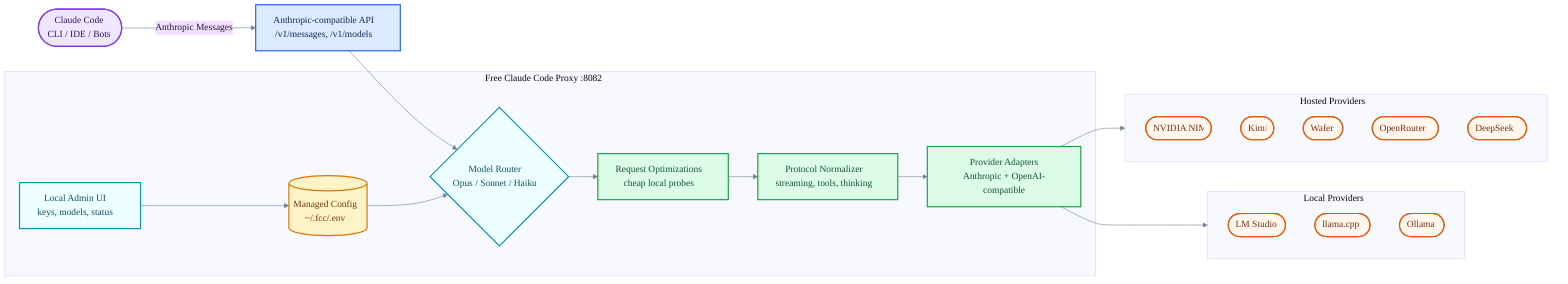
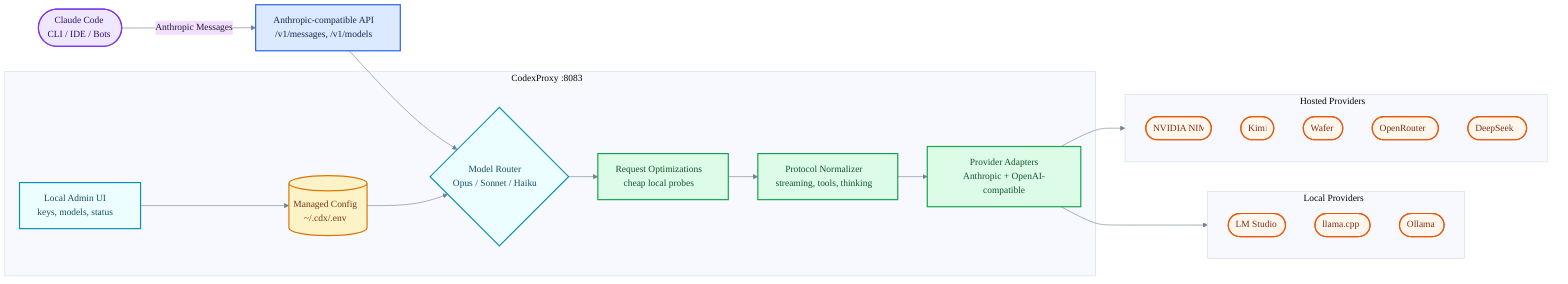
%%{init: {"theme": "base", "themeVariables": {"fontFamily": "Inter, ui-sans-serif, system-ui, Segoe UI, Arial", "background": "transparent", "primaryTextColor": "#172033", "lineColor": "#718096"}}}%%
flowchart LR
    client(["Claude Code<br/>CLI / IDE / Bots"])
    api["Anthropic-compatible API<br/>/v1/messages, /v1/models"]

-     subgraph proxy["Free Claude Code Proxy :8082"]
+     subgraph proxy["CodexProxy :8083"]
        admin["Local Admin UI<br/>keys, models, status"]
-         config[("Managed Config<br/>~/.fcc/.env")]
+         config[("Managed Config<br/>~/.cdx/.env")]
        router{"Model Router<br/>Opus / Sonnet / Haiku"}
        optimize["Request Optimizations<br/>cheap local probes"]
        normalize["Protocol Normalizer<br/>streaming, tools, thinking"]
        adapters["Provider Adapters<br/>Anthropic + OpenAI-compatible"]
    end

    subgraph hosted["Hosted Providers"]
        nim(["NVIDIA NIM"])
        kimi(["Kimi"])
        wafer(["Wafer"])
        openrouter(["OpenRouter"])
        deepseek(["DeepSeek"])
    end

    subgraph local["Local Providers"]
        lmstudio(["LM Studio"])
        llamacpp(["llama.cpp"])
        ollama(["Ollama"])
    end

    client -->|"Anthropic Messages"| api
    api --> router
    admin --> config
    config --> router
    router --> optimize
    optimize --> normalize
    normalize --> adapters
    adapters --> hosted
    adapters --> local

    classDef client fill:#efe7ff,stroke:#7c3aed,stroke-width:2px,color:#2e1065;
    classDef api fill:#dbeafe,stroke:#2563eb,stroke-width:2px,color:#172554;
    classDef proxy fill:#ecfeff,stroke:#0891b2,stroke-width:2px,color:#164e63;
    classDef config fill:#fef3c7,stroke:#d97706,stroke-width:2px,color:#78350f;
    classDef transform fill:#dcfce7,stroke:#16a34a,stroke-width:2px,color:#14532d;
    classDef provider fill:#fff7ed,stroke:#ea580c,stroke-width:2px,color:#7c2d12;

    class client client;
    class api api;
    class admin,router proxy;
    class config config;
    class optimize,normalize,adapters transform;
    class nim,kimi,wafer,openrouter,deepseek,lmstudio,llamacpp,ollama provider;
+ 
